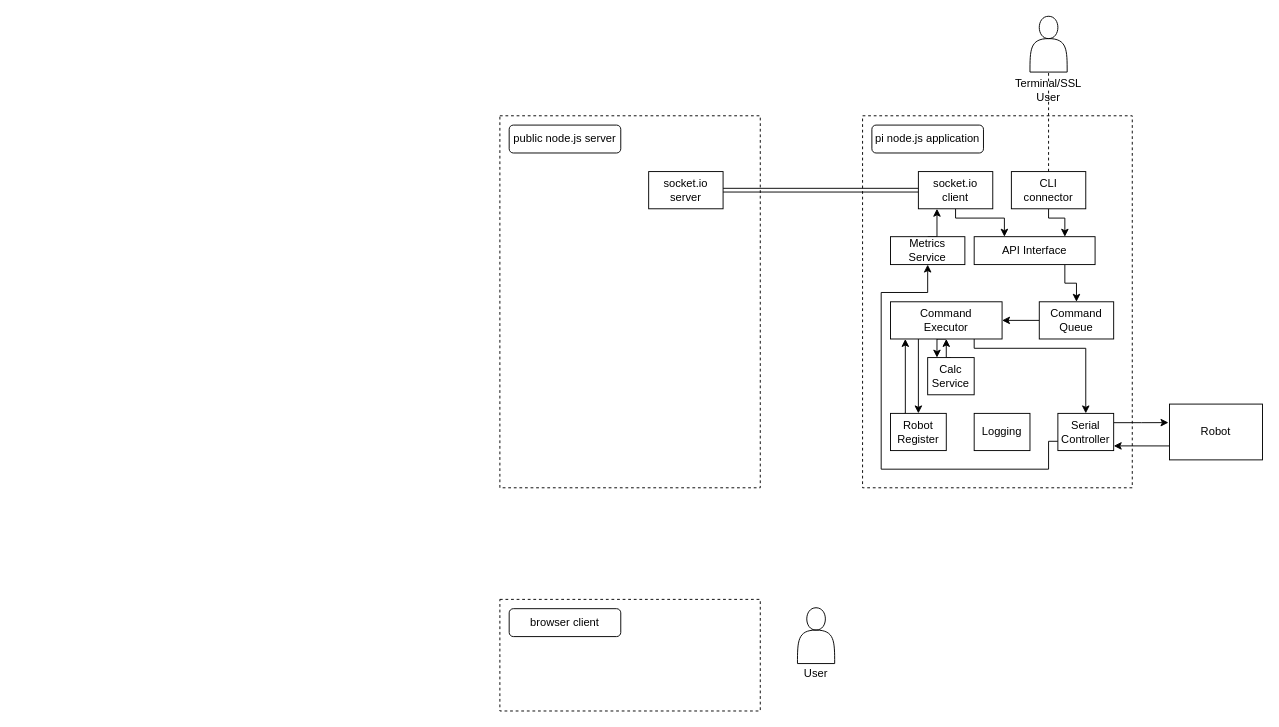
The draw.io diagram docs/robot_server_client_architecture.drawio in tomasz0zwierzynski/robot_server, before the edit. Source tidied: cells renumbered, new cells numbered last; positions are measured from the earlier drawing's top-left corner, leaving out a move shared by most shapes. Both pictures are drawn from the tidied source at 93%, with x=0, y=0 at pixel (499, 16).
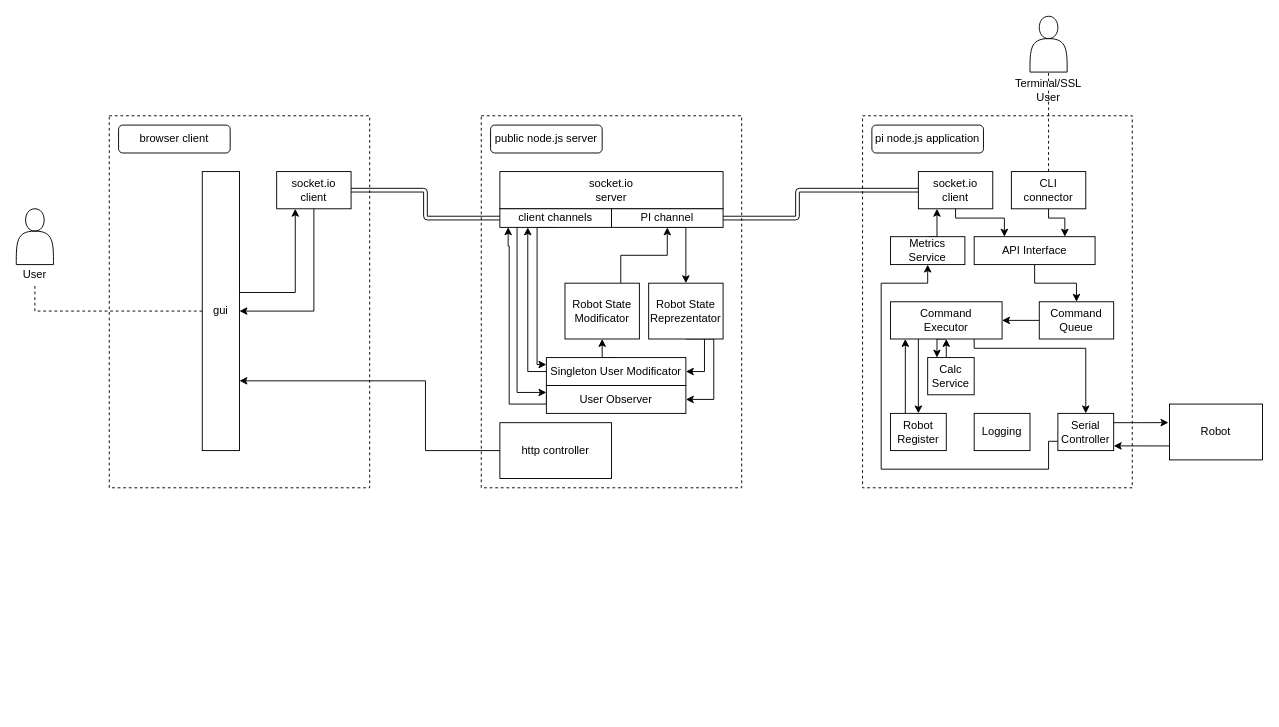
Above is the later version.

Commit message:
uzupełniono schemat

Unchanged cells that the change refers to:
```xml
<mxCell id="6" value="API Interface" style="rounded=0;whiteSpace=wrap;html=1;fillColor=#ffffff;strokeColor=#000000;" parent="1" vertex="1">
  <mxGeometry x="510" y="237" width="130" height="30" as="geometry" />
</mxCell>
<mxCell id="8" value="socket.io&lt;br&gt;client" style="rounded=0;whiteSpace=wrap;html=1;fillColor=#ffffff;strokeColor=#000000;" parent="1" vertex="1">
  <mxGeometry x="450" y="167" width="80" height="40" as="geometry" />
</mxCell>
<mxCell id="15" value="Serial&lt;br&gt;Controller" style="rounded=0;whiteSpace=wrap;html=1;strokeColor=#000000;fillColor=#ffffff;verticalAlign=middle;" parent="1" vertex="1">
  <mxGeometry x="600" y="427" width="60" height="40" as="geometry" />
</mxCell>
<mxCell id="23" value="Command Queue" style="rounded=0;whiteSpace=wrap;html=1;strokeColor=#000000;fillColor=#ffffff;" parent="1" vertex="1">
  <mxGeometry x="580" y="307" width="80" height="40" as="geometry" />
</mxCell>
<mxCell id="32" value="Metrics Service" style="rounded=0;whiteSpace=wrap;html=1;fillColor=#ffffff;strokeColor=#000000;" parent="1" vertex="1">
  <mxGeometry x="420" y="237" width="80" height="30" as="geometry" />
</mxCell>
```

What changed in the source:
```diff
@@
     <mxCell id="2" style="rounded=0;whiteSpace=wrap;html=1;fillColor=none;dashed=1;" parent="1" vertex="1">
-      <mxGeometry y="107" width="280" height="400" as="geometry" />
+      <mxGeometry x="-20" y="107" width="280" height="400" as="geometry" />
     </mxCell>
@@
-    <mxCell id="4" style="shape=link;html=1;exitX=1;exitY=0.5;exitDx=0;exitDy=0;" parent="1" edge="1" source="34" target="8">
-      <mxGeometry relative="1" as="geometry" />
+    <mxCell id="4" style="shape=link;html=1;exitX=1;exitY=0.5;exitDx=0;exitDy=0;" parent="1" edge="1" source="51" target="8">
+      <mxGeometry relative="1" as="geometry">
+        <Array as="points">
+          <mxPoint x="320" y="217" />
+          <mxPoint x="320" y="187" />
+        </Array>
+      </mxGeometry>
     </mxCell>
-    <mxCell id="5" style="edgeStyle=orthogonalEdgeStyle;rounded=0;jettySize=auto;html=1;exitX=0.75;exitY=1;exitDx=0;exitDy=0;entryX=0.5;entryY=0;entryDx=0;entryDy=0;" parent="1" edge="1" source="6" target="23">
+    <mxCell id="5" style="edgeStyle=orthogonalEdgeStyle;rounded=0;jettySize=auto;html=1;exitX=0.5;exitY=1;exitDx=0;exitDy=0;entryX=0.5;entryY=0;entryDx=0;entryDy=0;" parent="1" edge="1" source="6" target="23">
       <mxGeometry relative="1" as="geometry" />
     </mxCell>
@@
     <mxCell id="14" style="edgeStyle=orthogonalEdgeStyle;rounded=0;jettySize=auto;html=1;exitX=0;exitY=0.75;exitDx=0;exitDy=0;entryX=0.5;entryY=1;entryDx=0;entryDy=0;" parent="1" edge="1" source="15" target="32">
       <mxGeometry relative="1" as="geometry">
         <Array as="points">
           <mxPoint x="590" y="457" />
           <mxPoint x="590" y="487" />
           <mxPoint x="410" y="487" />
-          <mxPoint x="410" y="297" />
-          <mxPoint x="460" y="297" />
+          <mxPoint x="410" y="287" />
+          <mxPoint x="460" y="287" />
         </Array>
       </mxGeometry>
     </mxCell>
@@
     <mxCell id="34" value="socket.io&lt;br&gt;server" style="rounded=0;whiteSpace=wrap;html=1;fillColor=#ffffff;strokeColor=#000000;" parent="1" vertex="1">
-      <mxGeometry x="160" y="167" width="80" height="40" as="geometry" />
+      <mxGeometry y="167" width="240" height="40" as="geometry" />
     </mxCell>
     <mxCell id="35" style="rounded=0;whiteSpace=wrap;html=1;fillColor=none;dashed=1;" parent="1" vertex="1">
-      <mxGeometry y="627" width="280" height="120" as="geometry" />
+      <mxGeometry x="-420" y="107" width="280" height="400" as="geometry" />
     </mxCell>
     <mxCell id="36" value="public node.js server" style="rounded=1;whiteSpace=wrap;html=1;strokeColor=#000000;fillColor=#ffffff;" parent="1" vertex="1">
-      <mxGeometry x="10" y="117" width="120" height="30" as="geometry" />
+      <mxGeometry x="-10" y="117" width="120" height="30" as="geometry" />
     </mxCell>
@@
     <mxCell id="38" value="browser client" style="rounded=1;whiteSpace=wrap;html=1;strokeColor=#000000;fillColor=#ffffff;" parent="1" vertex="1">
-      <mxGeometry x="10" y="637" width="120" height="30" as="geometry" />
+      <mxGeometry x="-410" y="117" width="120" height="30" as="geometry" />
     </mxCell>
     <mxCell id="39" style="endArrow=none;dashed=1;html=1;exitX=0.5;exitY=0;exitDx=0;exitDy=0;entryX=0.5;entryY=0.5;entryDx=0;entryDy=0;entryPerimeter=0;" parent="1" edge="1" source="40">
       <mxGeometry relative="1" as="geometry">
-        <mxPoint x="339.6" y="657" as="targetPoint" />
+        <mxPoint x="-500.4" y="228" as="targetPoint" />
       </mxGeometry>
     </mxCell>
     <mxCell id="40" style="shape=actor;whiteSpace=wrap;html=1;strokeColor=#000000;fillColor=#ffffff;" parent="1" vertex="1">
-      <mxGeometry x="320" y="636" width="40" height="60" as="geometry" />
+      <mxGeometry x="-520" y="207" width="40" height="60" as="geometry" />
     </mxCell>
     <mxCell id="41" value="User" style="text;html=1;strokeColor=none;fillColor=none;align=center;verticalAlign=middle;whiteSpace=wrap;rounded=0;" parent="1" vertex="1">
-      <mxGeometry x="320" y="697" width="40" height="20" as="geometry" />
+      <mxGeometry x="-520" y="268" width="40" height="20" as="geometry" />
     </mxCell>
+    <mxCell id="42" style="edgeStyle=orthogonalEdgeStyle;rounded=0;jettySize=auto;html=1;exitX=0;exitY=0.5;exitDx=0;exitDy=0;entryX=1;entryY=0.75;entryDx=0;entryDy=0;" parent="1" edge="1" source="43" target="46">
+      <mxGeometry relative="1" as="geometry">
+        <Array as="points">
+          <mxPoint x="-80" y="467" />
+          <mxPoint x="-80" y="392" />
+        </Array>
+      </mxGeometry>
+    </mxCell>
+    <mxCell id="43" value="http controller" style="rounded=0;whiteSpace=wrap;html=1;strokeColor=#000000;fillColor=#ffffff;" parent="1" vertex="1">
+      <mxGeometry y="437" width="120" height="60" as="geometry" />
+    </mxCell>
+    <mxCell id="44" style="edgeStyle=orthogonalEdgeStyle;rounded=0;jettySize=auto;html=1;exitX=1;exitY=0.25;exitDx=0;exitDy=0;entryX=0.25;entryY=1;entryDx=0;entryDy=0;" parent="1" edge="1" source="46" target="48">
+      <mxGeometry relative="1" as="geometry">
+        <Array as="points">
+          <mxPoint x="-280" y="297" />
+          <mxPoint x="-220" y="297" />
+        </Array>
+      </mxGeometry>
+    </mxCell>
+    <mxCell id="45" style="edgeStyle=orthogonalEdgeStyle;rounded=0;jettySize=auto;html=1;exitX=0;exitY=0.5;exitDx=0;exitDy=0;entryX=0.5;entryY=1;entryDx=0;entryDy=0;endArrow=none;endFill=0;dashed=1;" parent="1" edge="1" source="46" target="41">
+      <mxGeometry relative="1" as="geometry" />
+    </mxCell>
+    <mxCell id="46" value="gui" style="rounded=0;whiteSpace=wrap;html=1;strokeColor=#000000;fillColor=#ffffff;" parent="1" vertex="1">
+      <mxGeometry x="-320" y="167" width="40" height="300" as="geometry" />
+    </mxCell>
+    <mxCell id="47" style="edgeStyle=orthogonalEdgeStyle;rounded=0;jettySize=auto;html=1;exitX=0.5;exitY=1;exitDx=0;exitDy=0;entryX=1;entryY=0.5;entryDx=0;entryDy=0;endArrow=classic;endFill=1;startArrow=none;startFill=0;" parent="1" edge="1" source="48" target="46">
+      <mxGeometry relative="1" as="geometry" />
+    </mxCell>
+    <mxCell id="48" value="socket.io&lt;br&gt;client" style="rounded=0;whiteSpace=wrap;html=1;fillColor=#ffffff;strokeColor=#000000;" parent="1" vertex="1">
+      <mxGeometry x="-240" y="167" width="80" height="40" as="geometry" />
+    </mxCell>
+    <mxCell id="49" style="shape=link;html=1;entryX=0;entryY=0.5;entryDx=0;entryDy=0;exitX=1;exitY=0.5;exitDx=0;exitDy=0;" parent="1" edge="1" source="48" target="53">
+      <mxGeometry relative="1" as="geometry">
+        <Array as="points">
+          <mxPoint x="-80" y="187" />
+          <mxPoint x="-80" y="217" />
+        </Array>
+      </mxGeometry>
+    </mxCell>
+    <mxCell id="50" style="edgeStyle=orthogonalEdgeStyle;rounded=0;jettySize=auto;html=1;exitX=0.5;exitY=1;exitDx=0;exitDy=0;entryX=0.5;entryY=0;entryDx=0;entryDy=0;startArrow=none;startFill=0;endArrow=classic;endFill=1;" parent="1" edge="1" source="51" target="56">
+      <mxGeometry relative="1" as="geometry">
+        <Array as="points">
+          <mxPoint x="200" y="227" />
+        </Array>
+      </mxGeometry>
+    </mxCell>
+    <mxCell id="51" value="PI channel" style="rounded=0;whiteSpace=wrap;html=1;strokeColor=#000000;fillColor=#ffffff;" parent="1" vertex="1">
+      <mxGeometry x="120" y="207" width="120" height="20" as="geometry" />
+    </mxCell>
+    <mxCell id="52" style="edgeStyle=orthogonalEdgeStyle;rounded=0;jettySize=auto;html=1;exitX=0.5;exitY=1;exitDx=0;exitDy=0;entryX=0;entryY=0.25;entryDx=0;entryDy=0;startArrow=none;startFill=0;endArrow=classic;endFill=1;" parent="1" edge="1" source="53" target="61">
+      <mxGeometry relative="1" as="geometry">
+        <Array as="points">
+          <mxPoint x="40" y="227" />
+          <mxPoint x="40" y="375" />
+        </Array>
+      </mxGeometry>
+    </mxCell>
+    <mxCell id="53" value="client channels" style="rounded=0;whiteSpace=wrap;html=1;strokeColor=#000000;fillColor=#ffffff;" parent="1" vertex="1">
+      <mxGeometry y="207" width="120" height="20" as="geometry" />
+    </mxCell>
+    <mxCell id="54" style="edgeStyle=orthogonalEdgeStyle;rounded=0;jettySize=auto;html=1;exitX=0.5;exitY=1;exitDx=0;exitDy=0;entryX=1;entryY=0.5;entryDx=0;entryDy=0;startArrow=none;startFill=0;endArrow=classic;endFill=1;" parent="1" edge="1" source="56" target="61">
+      <mxGeometry relative="1" as="geometry">
+        <Array as="points">
+          <mxPoint x="220" y="347" />
+          <mxPoint x="220" y="382" />
+        </Array>
+      </mxGeometry>
+    </mxCell>
+    <mxCell id="55" style="edgeStyle=orthogonalEdgeStyle;rounded=0;jettySize=auto;html=1;exitX=0.75;exitY=1;exitDx=0;exitDy=0;entryX=1;entryY=0.5;entryDx=0;entryDy=0;startArrow=none;startFill=0;endArrow=classic;endFill=1;" parent="1" edge="1" source="56" target="64">
+      <mxGeometry relative="1" as="geometry">
+        <Array as="points">
+          <mxPoint x="230" y="347" />
+          <mxPoint x="230" y="412" />
+        </Array>
+      </mxGeometry>
+    </mxCell>
+    <mxCell id="56" value="Robot State Reprezentator" style="rounded=0;whiteSpace=wrap;html=1;strokeColor=#000000;fillColor=#ffffff;" parent="1" vertex="1">
+      <mxGeometry x="160" y="287" width="80" height="60" as="geometry" />
+    </mxCell>
+    <mxCell id="57" style="edgeStyle=orthogonalEdgeStyle;rounded=0;jettySize=auto;html=1;exitX=0.75;exitY=0;exitDx=0;exitDy=0;entryX=0.5;entryY=1;entryDx=0;entryDy=0;startArrow=none;startFill=0;endArrow=classic;endFill=1;" parent="1" edge="1" source="58" target="51">
+      <mxGeometry relative="1" as="geometry" />
+    </mxCell>
+    <mxCell id="58" value="Robot State Modificator" style="rounded=0;whiteSpace=wrap;html=1;strokeColor=#000000;fillColor=#ffffff;" parent="1" vertex="1">
+      <mxGeometry x="70" y="287" width="80" height="60" as="geometry" />
+    </mxCell>
+    <mxCell id="59" style="edgeStyle=orthogonalEdgeStyle;rounded=0;jettySize=auto;html=1;exitX=0.5;exitY=0;exitDx=0;exitDy=0;entryX=0.5;entryY=1;entryDx=0;entryDy=0;startArrow=none;startFill=0;endArrow=classic;endFill=1;" parent="1" edge="1" source="61" target="58">
+      <mxGeometry relative="1" as="geometry" />
+    </mxCell>
+    <mxCell id="60" style="edgeStyle=orthogonalEdgeStyle;rounded=0;jettySize=auto;html=1;exitX=0;exitY=0.5;exitDx=0;exitDy=0;entryX=0.25;entryY=1;entryDx=0;entryDy=0;startArrow=none;startFill=0;endArrow=classic;endFill=1;" parent="1" edge="1" source="61" target="53">
+      <mxGeometry relative="1" as="geometry" />
+    </mxCell>
+    <mxCell id="61" value="Singleton User Modificator" style="rounded=0;whiteSpace=wrap;html=1;strokeColor=#000000;fillColor=#ffffff;" parent="1" vertex="1">
+      <mxGeometry x="50" y="367" width="150" height="30" as="geometry" />
+    </mxCell>
+    <mxCell id="62" style="edgeStyle=orthogonalEdgeStyle;rounded=0;orthogonalLoop=1;jettySize=auto;html=1;exitX=0;exitY=0.25;exitDx=0;exitDy=0;entryX=0.075;entryY=0.997;entryDx=0;entryDy=0;entryPerimeter=0;startArrow=none;startFill=0;endArrow=classic;endFill=1;" parent="1" edge="1">
+      <mxGeometry relative="1" as="geometry">
+        <mxPoint x="50.1" y="404.4" as="sourcePoint" />
+        <mxPoint x="8.9" y="226.9" as="targetPoint" />
+        <Array as="points">
+          <mxPoint x="50" y="417" />
+          <mxPoint x="10" y="417" />
+          <mxPoint x="10" y="247" />
+          <mxPoint x="9" y="247" />
+        </Array>
+      </mxGeometry>
+    </mxCell>
+    <mxCell id="63" style="edgeStyle=orthogonalEdgeStyle;rounded=0;jettySize=auto;html=1;exitX=0;exitY=0.25;exitDx=0;exitDy=0;entryX=0.154;entryY=0.993;entryDx=0;entryDy=0;entryPerimeter=0;startArrow=classic;startFill=1;endArrow=none;endFill=0;" parent="1" edge="1" source="64" target="53">
+      <mxGeometry relative="1" as="geometry" />
+    </mxCell>
+    <mxCell id="64" value="User Observer" style="rounded=0;whiteSpace=wrap;html=1;strokeColor=#000000;fillColor=#ffffff;" parent="1" vertex="1">
+      <mxGeometry x="50" y="397" width="150" height="30" as="geometry" />
+    </mxCell>
```
